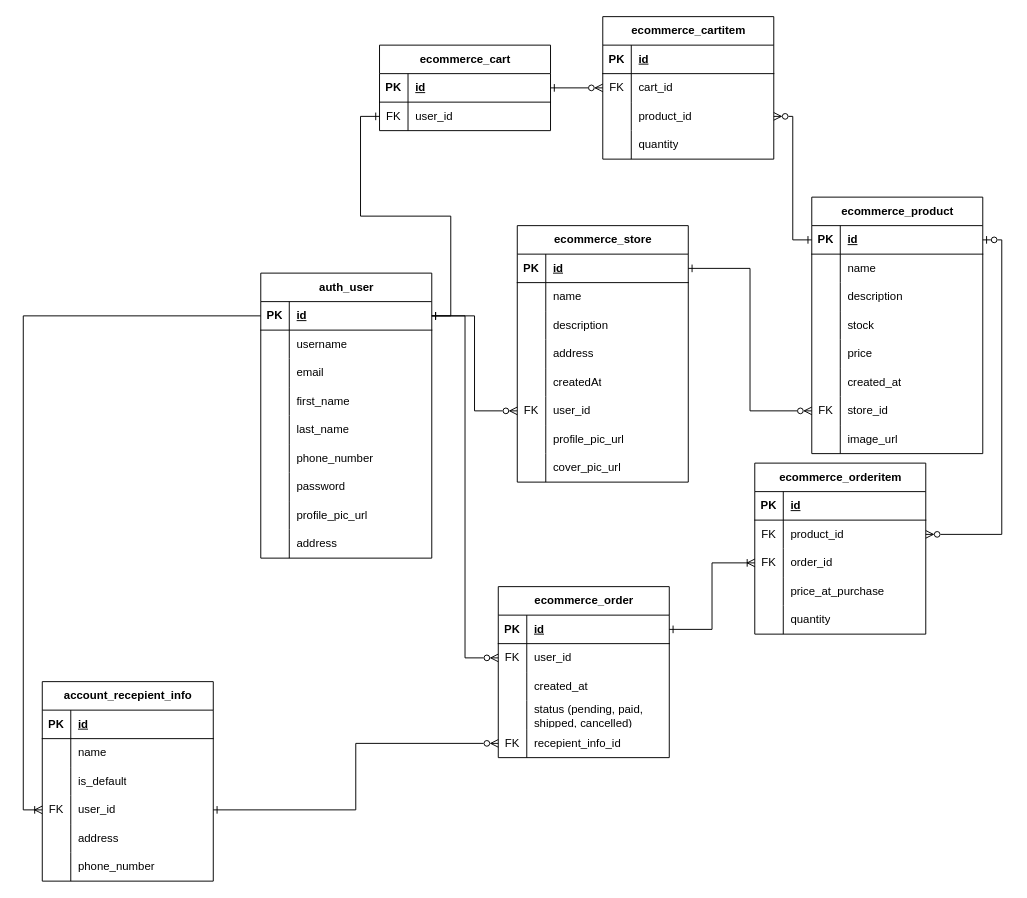
Before: page "All" (1 of 3) of E-Commerce API ERD.drawio in RHILIUS/drawio, a draw.io diagram. Source tidied: cells renumbered, new cells numbered last; positions are measured from the earlier drawing's top-left corner, leaving out a move shared by most shapes. Both pictures are drawn from the tidied source at 95%, with x=0, y=0 at pixel (42, 16).
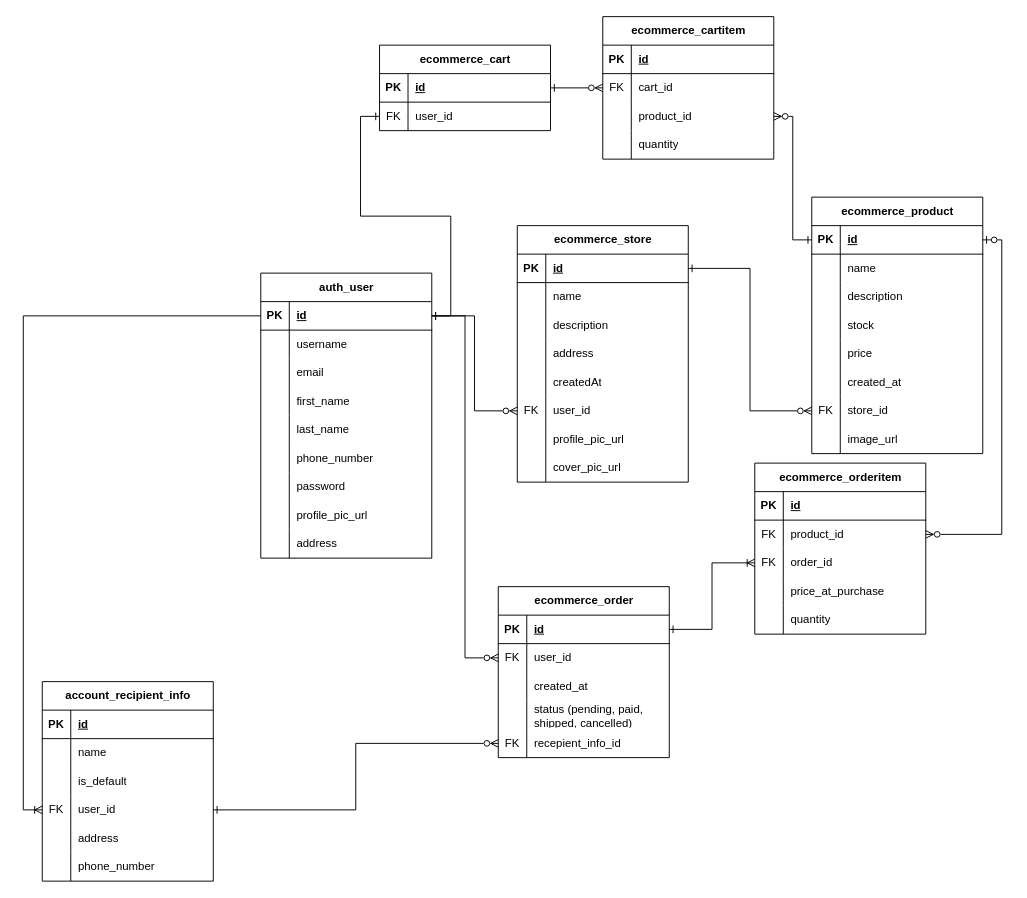
Above is the later version.

Diff of the diagram source:
```diff
@@
-    <mxCell id="140" value="account_recepient_info" style="shape=table;startSize=30;childLayout=tableLayout;rowLines=0;fontStyle=1;align=center;html=1;" parent="1" vertex="1">
+    <mxCell id="140" value="account_recipient_info" style="shape=table;startSize=30;childLayout=tableLayout;rowLines=0;fontStyle=1;align=center;html=1;" parent="1" vertex="1">
       <mxGeometry y="700" width="180" height="210" as="geometry" />
     </mxCell>
```
